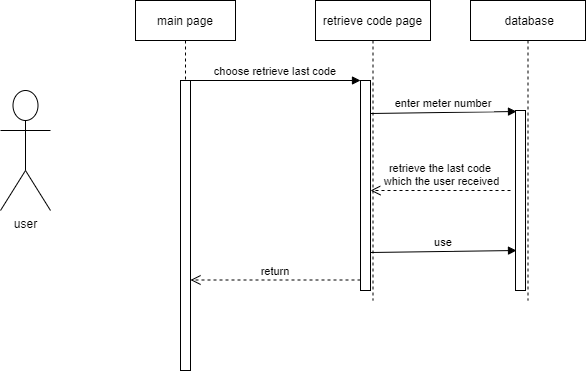
Above: sequence.png in shamaabuhassan/Charts (draw.io), before the change. Source tidied: cells renumbered, new cells last; positions are measured from the earlier drawing's top-left corner, leaving out a move shared by most shapes.
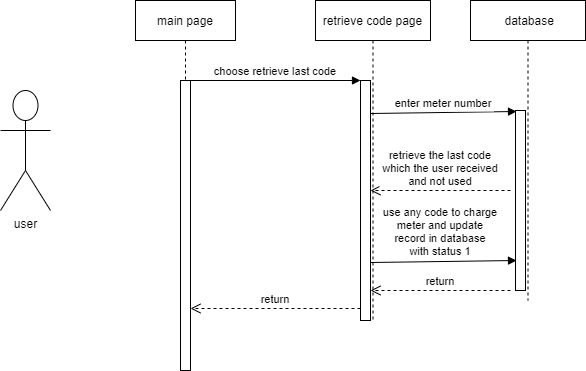
Above is the later version.

Change to the diagram source:
```diff
@@ -9,10 +9,10 @@
       <mxGeometry x="45" y="80" width="10" height="290" as="geometry" />
     </mxCell>
     <mxCell id="4" value="retrieve code page" style="shape=umlLifeline;perimeter=lifelinePerimeter;rounded=0;shadow=0;strokeWidth=1;" parent="1" vertex="1">
-      <mxGeometry x="315" width="115" height="300" as="geometry" />
+      <mxGeometry x="315" width="115" height="320" as="geometry" />
     </mxCell>
     <mxCell id="5" style="points=[];perimeter=orthogonalPerimeter;rounded=0;shadow=0;strokeWidth=1;" parent="4" vertex="1">
-      <mxGeometry x="45" y="80" width="10" height="210" as="geometry" />
+      <mxGeometry x="45" y="80" width="10" height="240" as="geometry" />
     </mxCell>
     <mxCell id="6" value="return" style="verticalAlign=bottom;endArrow=open;dashed=1;endSize=8;exitX=0;exitY=0.95;shadow=0;strokeWidth=1;" parent="1" edge="1" source="5" target="3">
       <mxGeometry relative="1" as="geometry" />
@@ -35,17 +35,23 @@
         <mxPoint x="516" y="111" as="targetPoint" />
       </mxGeometry>
     </mxCell>
-    <mxCell id="12" value="retrieve the last code&#10; which the user received" style="verticalAlign=bottom;endArrow=open;dashed=1;endSize=8;shadow=0;strokeWidth=1;" parent="1" edge="1">
+    <mxCell id="12" value="retrieve the last code&#10; which the user received &#10;and not used" style="verticalAlign=bottom;endArrow=open;dashed=1;endSize=8;shadow=0;strokeWidth=1;" parent="1" edge="1">
       <mxGeometry relative="1" as="geometry">
         <mxPoint x="510" y="190" as="sourcePoint" />
         <mxPoint x="370" y="190" as="targetPoint" />
       </mxGeometry>
     </mxCell>
-    <mxCell id="13" value="use" style="verticalAlign=bottom;endArrow=block;shadow=0;strokeWidth=1;entryX=0.1;entryY=0.175;entryDx=0;entryDy=0;entryPerimeter=0;" parent="1" edge="1">
-      <mxGeometry relative="1" as="geometry">
-        <mxPoint x="370" y="252" as="sourcePoint" />
-        <mxPoint x="516" y="250" as="targetPoint" />
+    <mxCell id="13" value="use any code to charge&#10;meter and update&#10;record in database&#10;with status 1" style="verticalAlign=bottom;endArrow=block;shadow=0;strokeWidth=1;entryX=0.1;entryY=0.175;entryDx=0;entryDy=0;entryPerimeter=0;" parent="1" edge="1">
+      <mxGeometry x="-0.04" y="1" relative="1" as="geometry">
+        <mxPoint x="370" y="262" as="sourcePoint" />
+        <mxPoint x="516" y="260" as="targetPoint" />
       </mxGeometry>
     </mxCell>
+    <mxCell id="14" value="return" style="verticalAlign=bottom;endArrow=open;dashed=1;endSize=8;exitX=0;exitY=0.95;shadow=0;strokeWidth=1;" parent="1" edge="1">
+      <mxGeometry relative="1" as="geometry">
+        <mxPoint x="510" y="290" as="sourcePoint" />
+        <mxPoint x="370" y="290" as="targetPoint" />
+      </mxGeometry>
+    </mxCell>
   </root>
 </mxGraphModel>
```
